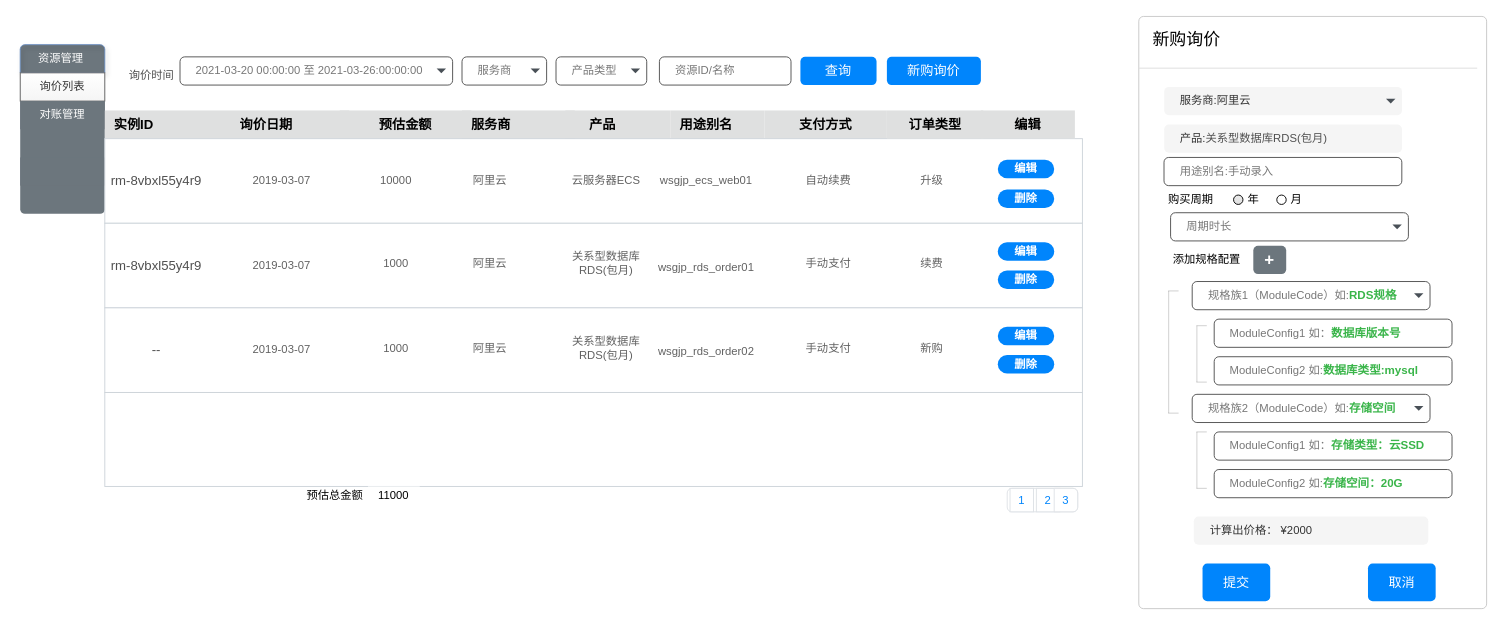
This is page "询价列表" (2 of 10) of 阿里云交易.drawio from mashifei/uml, a draw.io file, before an edit. Source tidied: cells renumbered, new cells numbered last; positions are measured from the earlier drawing's top-left corner, leaving out a move shared by most shapes. Both pictures are drawn from the tidied source at 94%, with x=0, y=0 at pixel (20, 16).
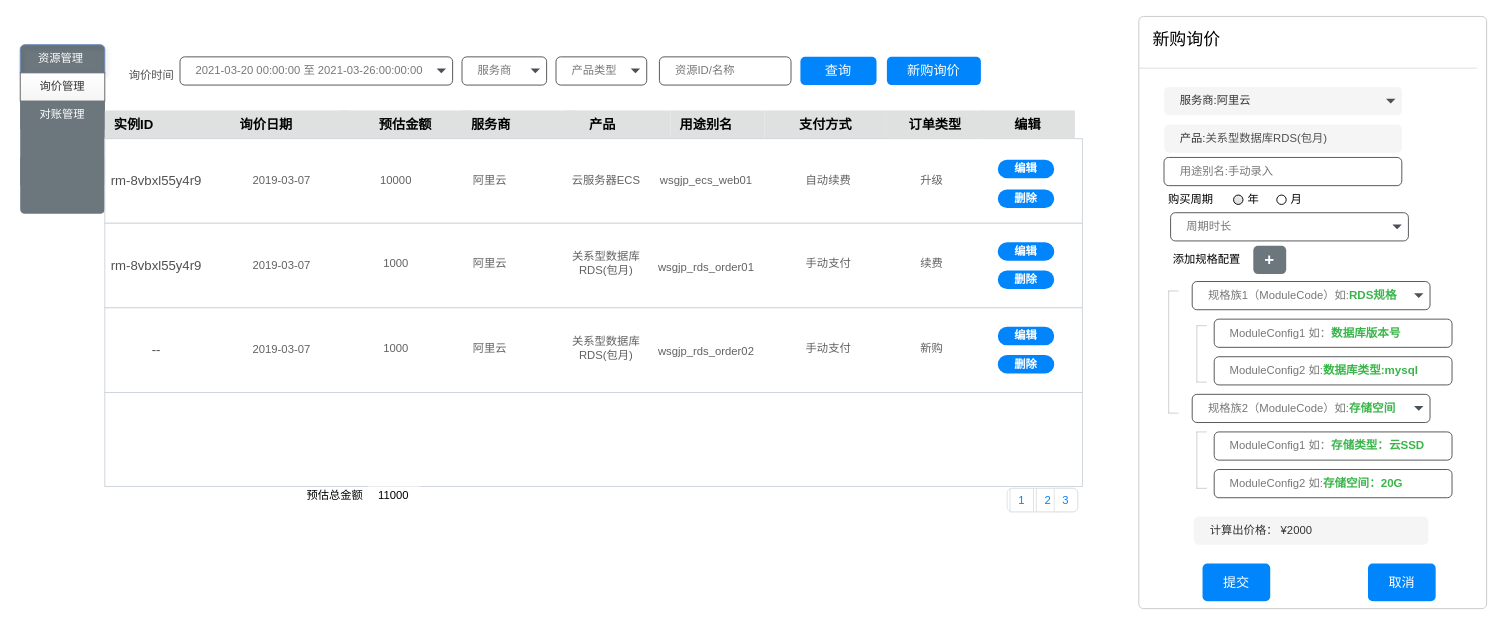
Above is the later version.

Unchanged cells that the change refers to:
```xml
<mxCell id="2" style="html=1;shadow=0;dashed=0;shape=mxgraph.bootstrap.rrect;rSize=5;strokeColor=none;html=1;whiteSpace=wrap;fillColor=#6C767D;fontColor=#ffffff;" parent="1" vertex="1">
  <mxGeometry y="30" width="90" height="180" as="geometry" />
</mxCell>
```

Change to the diagram source:
```diff
@@
-    <mxCell id="4" value="询价列表" style="strokeColor=#666666;fillColor=#f5f5f5;fontColor=#333333;html=1;shadow=0;dashed=0;perimeter=none;whiteSpace=wrap;gradientColor=#ffffff;glass=0;gradientDirection=north;" parent="2" vertex="1">
+    <mxCell id="4" value="询价管理" style="strokeColor=#666666;fillColor=#f5f5f5;fontColor=#333333;html=1;shadow=0;dashed=0;perimeter=none;whiteSpace=wrap;gradientColor=#ffffff;glass=0;gradientDirection=north;" parent="2" vertex="1">
       <mxGeometry width="90" height="30" relative="1" as="geometry">
         <mxPoint y="30" as="offset" />
       </mxGeometry>
     </mxCell>
```
